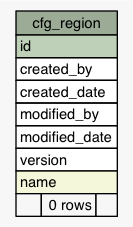
eyana-m/python-data-dictionary-writer keeps this Graphviz diagram as Data/settlement/diagrams/summary/cfg_region.1degree.png. Above is the earlier version. Its source is kept beside it as Data/settlement/diagrams/summary/cfg_region.1degree.dot. The source it was exported from:
```dot
digraph "cfg_region" {
  graph [
    rankdir="RL"
    bgcolor="#f7f7f7"
    nodesep="0.18"
    ranksep="0.46"
    fontname="Helvetica"
    fontsize="11"
  ];
  node [
    fontname="Helvetica"
    fontsize="11"
    shape="plaintext"
  ];
  edge [
    arrowsize="0.8"
  ];
  "cfg_region" [
    label=<
    <TABLE BORDER="0" CELLBORDER="1" CELLSPACING="0" BGCOLOR="#ffffff">
      <TR><TD COLSPAN="3" BGCOLOR="#9bab96" ALIGN="CENTER">cfg_region</TD></TR>
      <TR><TD PORT="id" COLSPAN="3" BGCOLOR="#bed1b8" ALIGN="LEFT">id</TD></TR>
      <TR><TD PORT="created_by" COLSPAN="3" ALIGN="LEFT">created_by</TD></TR>
      <TR><TD PORT="created_date" COLSPAN="3" ALIGN="LEFT">created_date</TD></TR>
      <TR><TD PORT="modified_by" COLSPAN="3" ALIGN="LEFT">modified_by</TD></TR>
      <TR><TD PORT="modified_date" COLSPAN="3" ALIGN="LEFT">modified_date</TD></TR>
      <TR><TD PORT="version" COLSPAN="3" ALIGN="LEFT">version</TD></TR>
      <TR><TD PORT="name" COLSPAN="3" BGCOLOR="#f4f7da" ALIGN="LEFT">name</TD></TR>
      <TR><TD ALIGN="LEFT" BGCOLOR="#f7f7f7">  </TD><TD ALIGN="RIGHT" BGCOLOR="#f7f7f7">0 rows</TD><TD ALIGN="RIGHT" BGCOLOR="#f7f7f7">  </TD></TR>
    </TABLE>>
    URL="tables/cfg_region.html"
    tooltip="cfg_region"
  ];
}
```
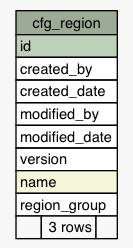
After the change.

Diff of the diagram source:
```diff
@@ -26,7 +26,8 @@
       <TR><TD PORT="modified_date" COLSPAN="3" ALIGN="LEFT">modified_date</TD></TR>
       <TR><TD PORT="version" COLSPAN="3" ALIGN="LEFT">version</TD></TR>
       <TR><TD PORT="name" COLSPAN="3" BGCOLOR="#f4f7da" ALIGN="LEFT">name</TD></TR>
-      <TR><TD ALIGN="LEFT" BGCOLOR="#f7f7f7">  </TD><TD ALIGN="RIGHT" BGCOLOR="#f7f7f7">0 rows</TD><TD ALIGN="RIGHT" BGCOLOR="#f7f7f7">  </TD></TR>
+      <TR><TD PORT="region_group" COLSPAN="3" ALIGN="LEFT">region_group</TD></TR>
+      <TR><TD ALIGN="LEFT" BGCOLOR="#f7f7f7">  </TD><TD ALIGN="RIGHT" BGCOLOR="#f7f7f7">3 rows</TD><TD ALIGN="RIGHT" BGCOLOR="#f7f7f7">  </TD></TR>
     </TABLE>>
     URL="tables/cfg_region.html"
     tooltip="cfg_region"
```
